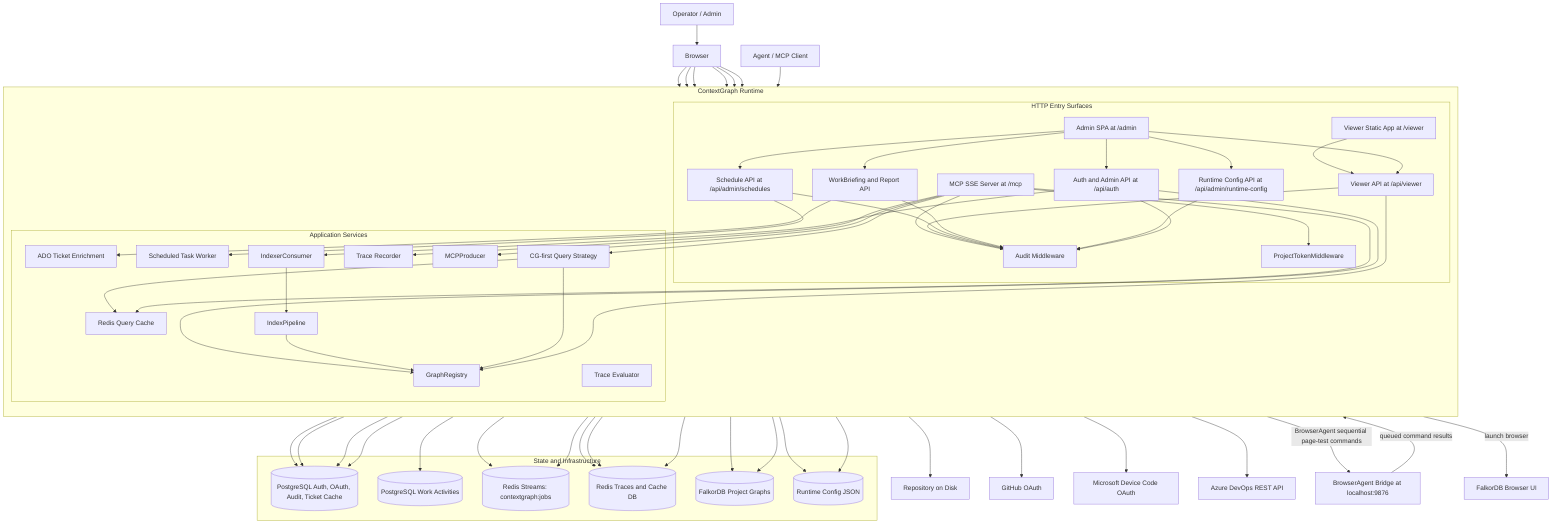
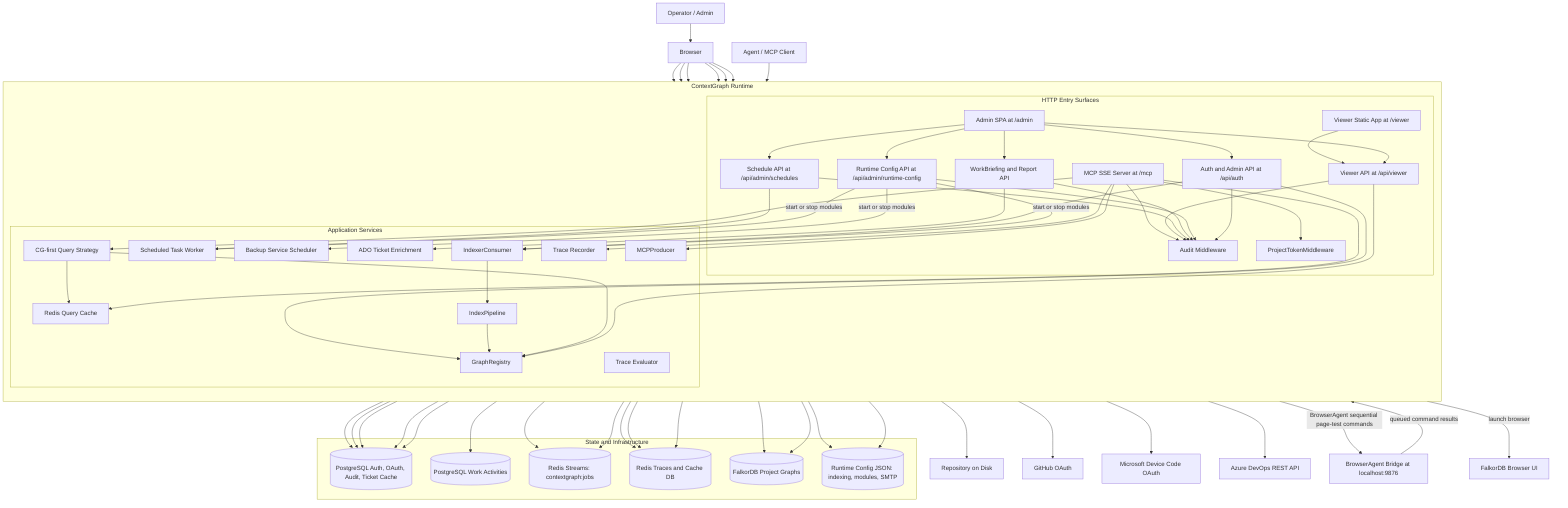
flowchart TB
    Operator[Operator / Admin]
    Browser[Browser]
    AgentClient[Agent / MCP Client]
    GitRepo[Repository on Disk]
    GitHub[GitHub OAuth]
    Microsoft[Microsoft Device Code OAuth]
    AzureDevOps[Azure DevOps REST API]
    BrowserAgentBridge[BrowserAgent Bridge at localhost:9876]
    FdbBrowser[FalkorDB Browser UI]

    subgraph Runtime[ContextGraph Runtime]
        direction TB

        subgraph Entry[HTTP Entry Surfaces]
            AdminSPA[Admin SPA at /admin]
            ViewerStatic[Viewer Static App at /viewer]
            AuthAPI[Auth and Admin API at /api/auth]
            RuntimeConfigAPI[Runtime Config API at /api/admin/runtime-config]
            WorkBriefingAPI[WorkBriefing and Report API]
            ScheduleAPI[Schedule API at /api/admin/schedules]
            ViewerAPI[Viewer API at /api/viewer]
            MCPServer[MCP SSE Server at /mcp]
            AuditMW[Audit Middleware]
            TokenMW[ProjectTokenMiddleware]
        end

        subgraph Services[Application Services]
            GraphRegistry[GraphRegistry]
            QueryStrategy[CG-first Query Strategy]
            JobProducer[MCPProducer]
            JobConsumer[IndexerConsumer]
            IndexPipeline[IndexPipeline]
            QueryCache[Redis Query Cache]
            TraceRecorder[Trace Recorder]
            TraceEvaluator[Trace Evaluator]
            AdoEnrichment[ADO Ticket Enrichment]
            ScheduledTaskWorker[Scheduled Task Worker]
+             BackupScheduler[Backup Service Scheduler]
        end
    end

    subgraph State[State and Infrastructure]
        AuthDB[(PostgreSQL Auth, OAuth, Audit, Ticket Cache)]
        WorkDB[(PostgreSQL Work Activities)]
        JobStream[(Redis Streams: contextgraph:jobs)]
        TraceStream[(Redis Traces and Cache DB)]
        Falkor[(FalkorDB Project Graphs)]
-         RuntimeConfigFile[(Runtime Config JSON)]
+         RuntimeConfigFile[(Runtime Config JSON: indexing, modules, SMTP)]
    end

    Operator --> Browser
    Browser --> AdminSPA
    Browser --> ViewerStatic
    Browser --> AuthAPI
    Browser --> RuntimeConfigAPI
    Browser --> WorkBriefingAPI
    Browser --> ScheduleAPI
    AgentClient --> MCPServer

    AuthAPI --> AuditMW
    RuntimeConfigAPI --> AuditMW
    WorkBriefingAPI --> AuditMW
    ScheduleAPI --> AuditMW
    ViewerAPI --> AuditMW
    MCPServer --> AuditMW
    MCPServer --> TokenMW

    AdminSPA --> AuthAPI
    AdminSPA --> RuntimeConfigAPI
    AdminSPA --> WorkBriefingAPI
    AdminSPA --> ScheduleAPI
    AdminSPA --> ViewerAPI
    AdminSPA -->|launch browser| FdbBrowser
    ViewerStatic --> ViewerAPI

    AuthAPI --> AuthDB
    AuthAPI --> RuntimeConfigFile
    RuntimeConfigAPI --> RuntimeConfigFile
+     RuntimeConfigAPI -->|start or stop modules| JobConsumer
+     RuntimeConfigAPI -->|start or stop modules| ScheduledTaskWorker
+     RuntimeConfigAPI -->|start or stop modules| BackupScheduler
    AuthAPI --> GitHub
    AuthAPI --> Microsoft
    WorkBriefingAPI --> WorkDB
    WorkBriefingAPI --> AdoEnrichment
    ScheduleAPI --> AuthDB
    ScheduleAPI --> ScheduledTaskWorker
    ScheduledTaskWorker --> AuthDB
+     BackupScheduler --> AuthDB
    ScheduledTaskWorker -->|BrowserAgent sequential page-test commands| BrowserAgentBridge
    BrowserAgentBridge -->|queued command results| ScheduledTaskWorker
    AdoEnrichment --> AuthDB
    AdoEnrichment --> AzureDevOps
    ViewerAPI --> GraphRegistry
    MCPServer --> QueryStrategy
    MCPServer --> QueryCache
    MCPServer --> TraceRecorder
    MCPServer --> JobProducer

    QueryStrategy --> GraphRegistry
    QueryStrategy --> QueryCache
    GraphRegistry --> Falkor

    JobProducer --> JobStream
    JobConsumer --> JobStream
    JobConsumer --> IndexPipeline
    IndexPipeline --> GitRepo
    IndexPipeline --> GraphRegistry

    QueryCache --> TraceStream
    TraceRecorder --> TraceStream
    TraceEvaluator --> TraceStream
    TraceEvaluator --> Falkor

    AuthAPI --> JobConsumer
    AuthAPI --> GraphRegistry
